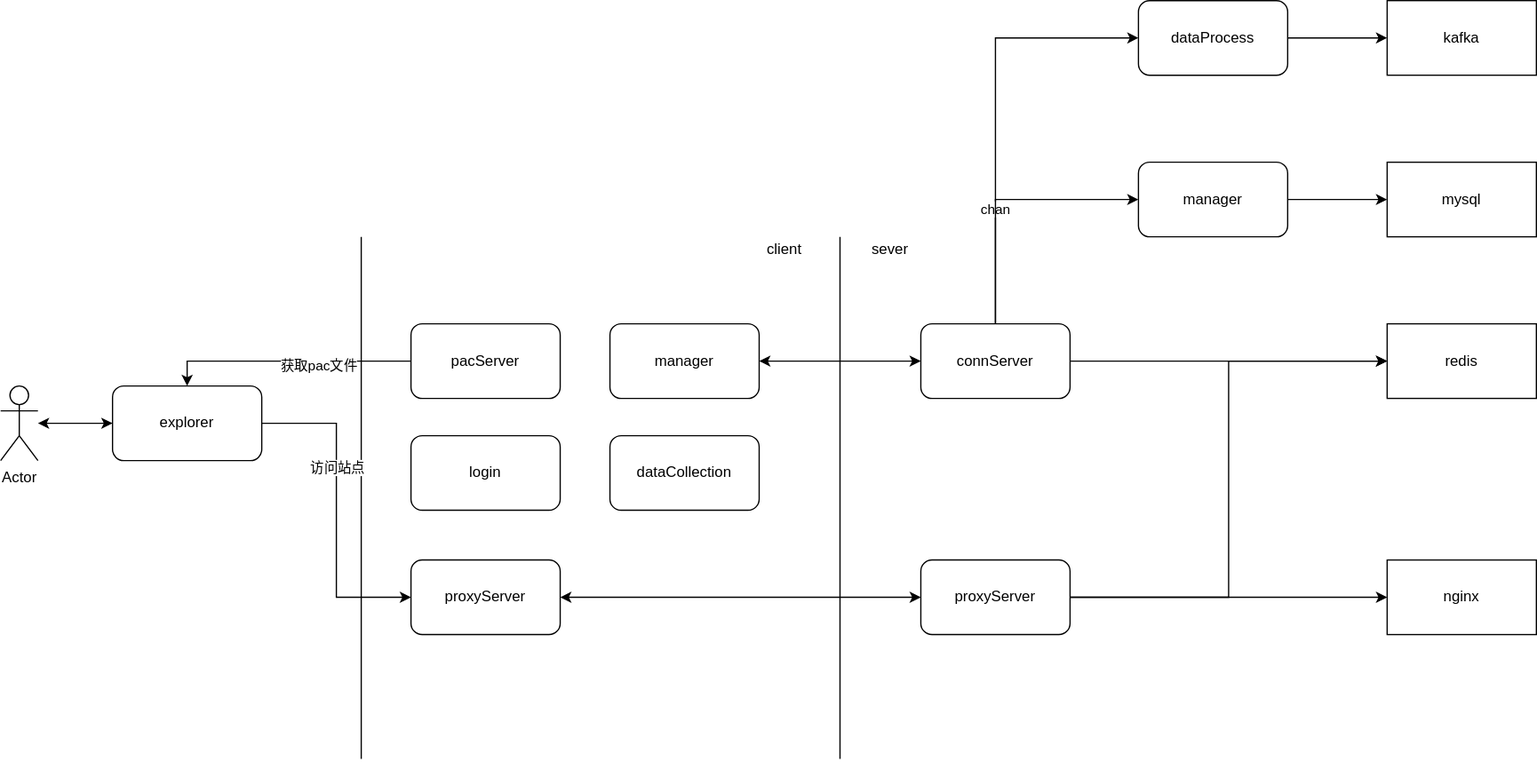
The draw.io diagram tc_逻辑架构.svg in c17abab/diag_pics, before a commit. Source tidied: cells renumbered, new cells last; positions are measured from the earlier drawing's top-left corner, leaving out a move shared by most shapes.
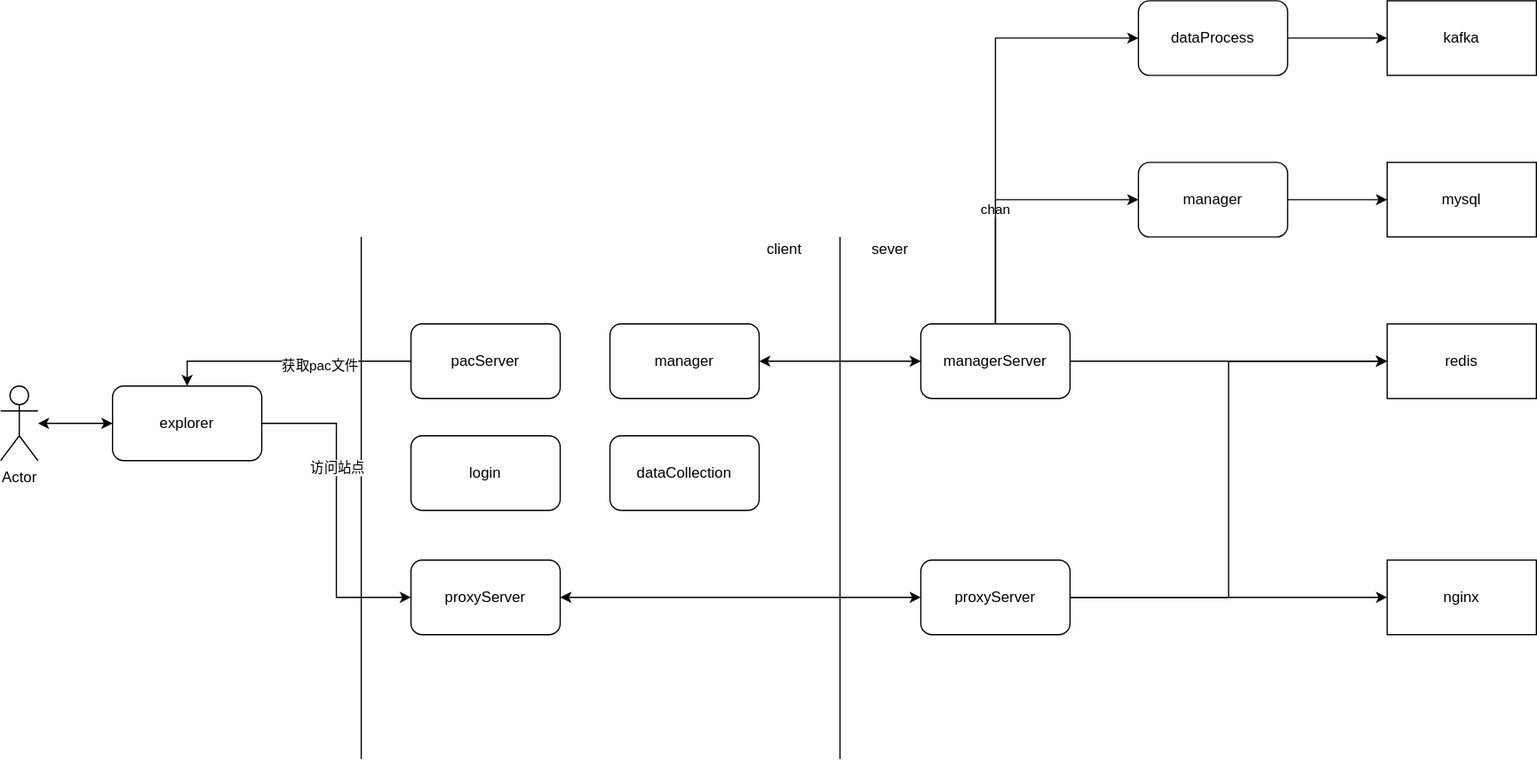
Above is the later version.

Commit message:
更新tc_逻辑架构.svg

The edit, as a diff of the source:
```diff
@@ -14,7 +14,7 @@
     <mxCell id="5" style="edgeStyle=orthogonalEdgeStyle;rounded=0;jettySize=auto;html=1;exitX=0.5;exitY=0;exitDx=0;exitDy=0;entryX=0;entryY=0.5;entryDx=0;entryDy=0;startArrow=none;startFill=0;" parent="1" edge="1" source="6" target="35">
       <mxGeometry relative="1" as="geometry" />
     </mxCell>
-    <mxCell id="6" value="connServer" style="rounded=1;whiteSpace=wrap;html=1;" parent="1" vertex="1">
+    <mxCell id="6" value="managerServer" style="rounded=1;whiteSpace=wrap;html=1;" parent="1" vertex="1">
       <mxGeometry x="740" y="260" width="120" height="60" as="geometry" />
     </mxCell>
     <mxCell id="7" style="endArrow=none;html=1;" parent="1" edge="1">
```
